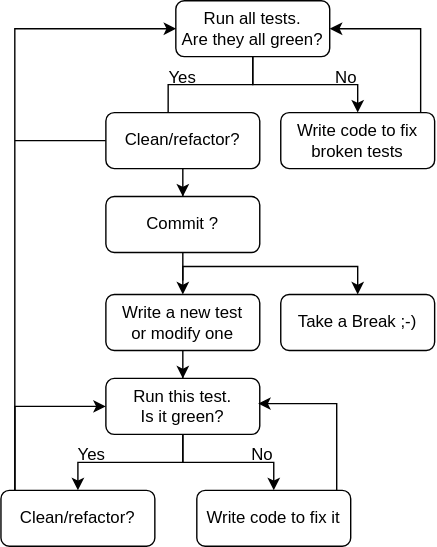
Earlier version of the draw.io export Slides/Stable/figures/TDD-workflow.svg (pharo-mooc/AdvancedOODesign). Source tidied: cells renumbered, new cells last; positions are measured from the earlier drawing's top-left corner, leaving out a move shared by most shapes.
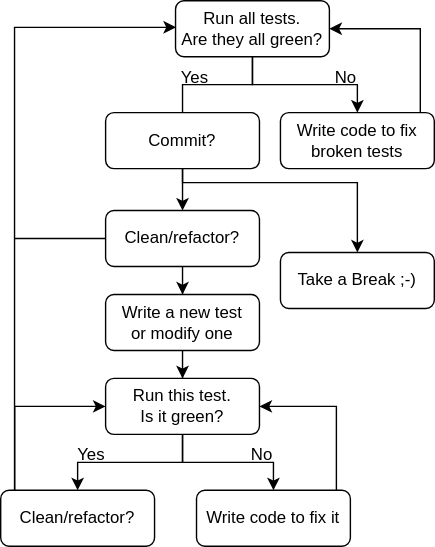
After the commit.

Change to the diagram source:
```diff
@@ -9,7 +9,8 @@
         <Array as="points">
           <mxPoint x="180" y="35" />
           <mxPoint x="180" y="60" />
-          <mxPoint x="120" y="60" />
+          <mxPoint x="130" y="60" />
+          <mxPoint x="130" y="90" />
         </Array>
       </mxGeometry>
     </mxCell>
@@ -33,8 +34,8 @@
     <mxCell id="7" style="edgeStyle=orthogonalEdgeStyle;rounded=0;jettySize=auto;html=1;entryX=0.5;entryY=0;entryDx=0;entryDy=0;" parent="1" edge="1" source="8" target="10">
       <mxGeometry relative="1" as="geometry" />
     </mxCell>
-    <mxCell id="8" value="&lt;div&gt;Commit ?&lt;/div&gt;" style="rounded=1;whiteSpace=wrap;html=1;" parent="1" vertex="1">
-      <mxGeometry x="75" y="140" width="110" height="40" as="geometry" />
+    <mxCell id="8" value="&lt;div&gt;Clean/refactor?&lt;/div&gt;" style="rounded=1;whiteSpace=wrap;html=1;" parent="1" vertex="1">
+      <mxGeometry x="75" y="150" width="110" height="40" as="geometry" />
     </mxCell>
     <mxCell id="9" style="edgeStyle=orthogonalEdgeStyle;rounded=0;jettySize=auto;html=1;entryX=0.5;entryY=0;entryDx=0;entryDy=0;" parent="1" edge="1" source="10" target="13">
       <mxGeometry relative="1" as="geometry" />
@@ -55,8 +56,7 @@
       <mxGeometry relative="1" as="geometry">
         <mxPoint x="125.3" y="19" as="targetPoint" />
         <Array as="points">
-          <mxPoint x="10" y="20" />
-          <mxPoint x="125" y="20" />
+          <mxPoint x="10" y="19" />
         </Array>
       </mxGeometry>
     </mxCell>
@@ -70,10 +70,10 @@
     <mxCell id="16" value="Clean/refactor?" style="rounded=1;whiteSpace=wrap;html=1;" parent="1" vertex="1">
       <mxGeometry y="350" width="110" height="40" as="geometry" />
     </mxCell>
-    <mxCell id="17" style="edgeStyle=orthogonalEdgeStyle;rounded=0;jettySize=auto;html=1;entryX=0.989;entryY=0.45;entryDx=0;entryDy=0;entryPerimeter=0;" parent="1" edge="1" source="18" target="13">
+    <mxCell id="17" style="edgeStyle=orthogonalEdgeStyle;rounded=0;jettySize=auto;html=1;entryX=1;entryY=0.5;entryDx=0;entryDy=0;" parent="1" edge="1" source="18" target="13">
       <mxGeometry relative="1" as="geometry">
         <Array as="points">
-          <mxPoint x="240" y="288" />
+          <mxPoint x="240" y="290" />
         </Array>
       </mxGeometry>
     </mxCell>
@@ -87,32 +87,32 @@
       <mxGeometry x="157" y="310" width="60" height="30" as="geometry" />
     </mxCell>
     <mxCell id="21" value="Yes" style="text;html=1;strokeColor=none;fillColor=none;align=center;verticalAlign=middle;whiteSpace=wrap;rounded=0;" parent="1" vertex="1">
-      <mxGeometry x="100" y="40" width="60" height="30" as="geometry" />
+      <mxGeometry x="109" y="40" width="60" height="30" as="geometry" />
     </mxCell>
     <mxCell id="22" value="No" style="text;html=1;strokeColor=none;fillColor=none;align=center;verticalAlign=middle;whiteSpace=wrap;rounded=0;" parent="1" vertex="1">
       <mxGeometry x="217" y="40" width="60" height="30" as="geometry" />
     </mxCell>
     <mxCell id="23" value="Take a Break ;-)" style="rounded=1;whiteSpace=wrap;html=1;" parent="1" vertex="1">
-      <mxGeometry x="200" y="210" width="110" height="40" as="geometry" />
+      <mxGeometry x="200" y="180" width="110" height="40" as="geometry" />
     </mxCell>
     <mxCell id="24" style="edgeStyle=orthogonalEdgeStyle;rounded=0;jettySize=auto;html=1;entryX=0.5;entryY=0;entryDx=0;entryDy=0;" parent="1" edge="1" target="23">
       <mxGeometry relative="1" as="geometry">
-        <mxPoint x="130" y="200" as="sourcePoint" />
+        <mxPoint x="130" y="120" as="sourcePoint" />
         <Array as="points">
-          <mxPoint x="130" y="190" />
-          <mxPoint x="255" y="190" />
+          <mxPoint x="130" y="130" />
+          <mxPoint x="255" y="130" />
         </Array>
       </mxGeometry>
     </mxCell>
     <mxCell id="25" style="edgeStyle=orthogonalEdgeStyle;rounded=0;jettySize=auto;html=1;entryX=0.5;entryY=0;entryDx=0;entryDy=0;" parent="1" edge="1" source="27" target="8">
       <mxGeometry relative="1" as="geometry" />
     </mxCell>
-    <mxCell id="26" style="edgeStyle=orthogonalEdgeStyle;rounded=0;jettySize=auto;html=1;exitX=0;exitY=0.5;exitDx=0;exitDy=0;endArrow=none;endFill=0;" parent="1" edge="1" source="27">
+    <mxCell id="26" style="edgeStyle=orthogonalEdgeStyle;rounded=0;jettySize=auto;html=1;exitX=0;exitY=0.5;exitDx=0;exitDy=0;endArrow=none;endFill=0;" parent="1" edge="1" source="8">
       <mxGeometry relative="1" as="geometry">
-        <mxPoint x="10" y="100" as="targetPoint" />
+        <mxPoint x="10" y="170" as="targetPoint" />
       </mxGeometry>
     </mxCell>
-    <mxCell id="27" value="Clean/refactor?" style="rounded=1;whiteSpace=wrap;html=1;" parent="1" vertex="1">
+    <mxCell id="27" value="Commit?" style="rounded=1;whiteSpace=wrap;html=1;" parent="1" vertex="1">
       <mxGeometry x="75" y="80" width="110" height="40" as="geometry" />
     </mxCell>
   </root>
```
